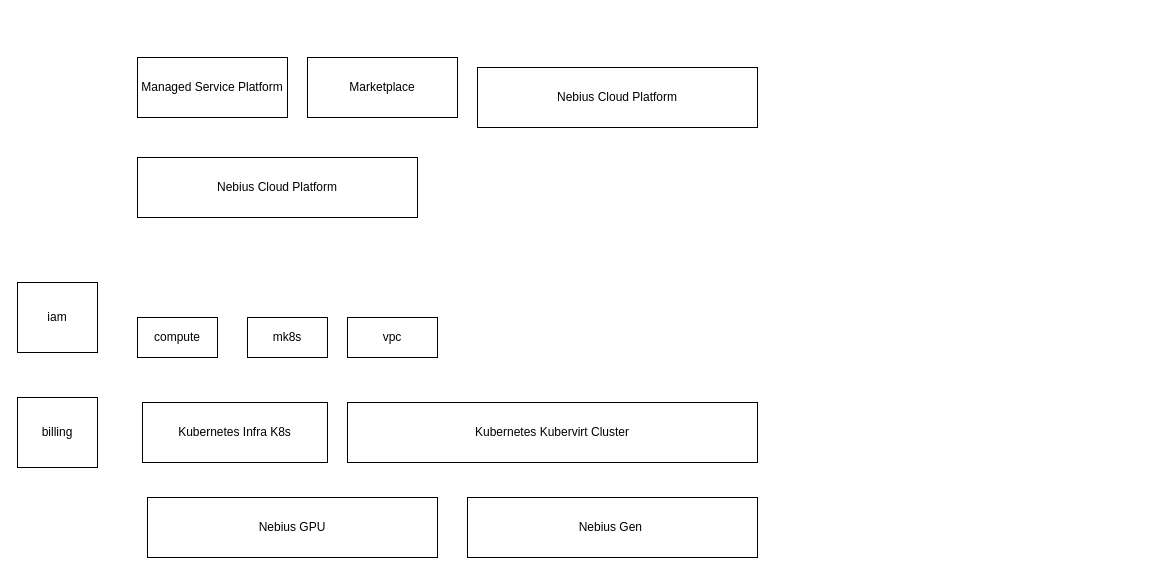
Before: Диаграмма без названия.drawio in nar3k/ansible, a draw.io diagram. Source tidied: cells renumbered, new cells numbered last; positions are measured from the earlier drawing's top-left corner, leaving out a move shared by most shapes. Both pictures are drawn from the tidied source at 100%, with x=0, y=0 at pixel (17, 57).
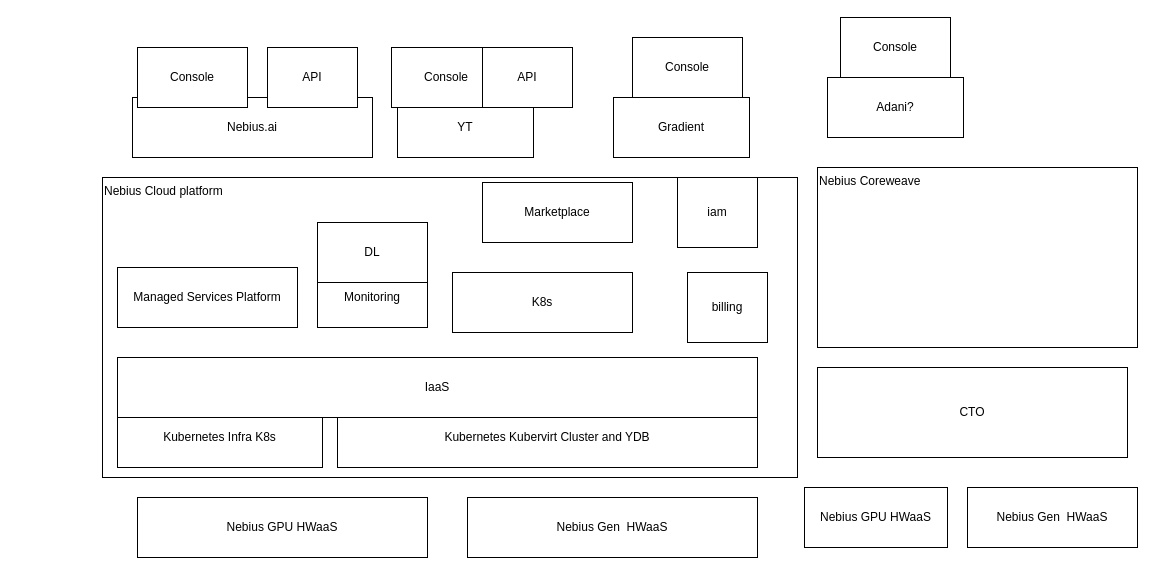
After the change.

The edit, as a diff of the source:
```diff
@@
+    <mxCell id="15" value="Nebius Cloud platform" style="rounded=0;whiteSpace=wrap;html=1;align=left;verticalAlign=top;" parent="1" vertex="1">
+      <mxGeometry x="85" y="120" width="695" height="300" as="geometry" />
+    </mxCell>
-    <mxCell id="2" value="Nebius GPU" style="rounded=0;whiteSpace=wrap;html=1;" parent="1" vertex="1">
-      <mxGeometry x="130" y="440" width="290" height="60" as="geometry" />
+    <mxCell id="2" value="Nebius GPU HWaaS" style="rounded=0;whiteSpace=wrap;html=1;" parent="1" vertex="1">
+      <mxGeometry x="120" y="440" width="290" height="60" as="geometry" />
     </mxCell>
-    <mxCell id="3" value="Nebius Cloud Platform" style="rounded=0;whiteSpace=wrap;html=1;" parent="1" vertex="1">
-      <mxGeometry x="120" y="100" width="280" height="60" as="geometry" />
-    </mxCell>
-    <mxCell id="4" value="mk8s" style="rounded=0;whiteSpace=wrap;html=1;" parent="1" vertex="1">
-      <mxGeometry x="230" y="260" width="80" height="40" as="geometry" />
-    </mxCell>
     <mxCell id="5" value="Kubernetes Infra K8s" style="rounded=0;whiteSpace=wrap;html=1;" parent="1" vertex="1">
-      <mxGeometry x="125" y="345" width="185" height="60" as="geometry" />
+      <mxGeometry x="100" y="350" width="205" height="60" as="geometry" />
     </mxCell>
-    <mxCell id="6" value="Nebius Gen&amp;nbsp;" style="rounded=0;whiteSpace=wrap;html=1;" parent="1" vertex="1">
+    <mxCell id="6" value="Nebius Gen&amp;nbsp; HWaaS" style="rounded=0;whiteSpace=wrap;html=1;" parent="1" vertex="1">
       <mxGeometry x="450" y="440" width="290" height="60" as="geometry" />
     </mxCell>
     <mxCell id="7" value="iam" style="rounded=0;whiteSpace=wrap;html=1;" parent="1" vertex="1">
-      <mxGeometry y="225" width="80" height="70" as="geometry" />
+      <mxGeometry x="660" y="120" width="80" height="70" as="geometry" />
     </mxCell>
-    <mxCell id="8" value="compute" style="rounded=0;whiteSpace=wrap;html=1;" parent="1" vertex="1">
-      <mxGeometry x="120" y="260" width="80" height="40" as="geometry" />
-    </mxCell>
-    <mxCell id="9" value="vpc" style="rounded=0;whiteSpace=wrap;html=1;" parent="1" vertex="1">
-      <mxGeometry x="330" y="260" width="90" height="40" as="geometry" />
-    </mxCell>
-    <mxCell id="10" value="Managed Service Platform" style="rounded=0;whiteSpace=wrap;html=1;" parent="1" vertex="1">
-      <mxGeometry x="120" width="150" height="60" as="geometry" />
+    <mxCell id="10" value="Managed Services Platform" style="rounded=0;whiteSpace=wrap;html=1;" parent="1" vertex="1">
+      <mxGeometry x="100" y="210" width="180" height="60" as="geometry" />
     </mxCell>
     <mxCell id="11" value="Marketplace" style="rounded=0;whiteSpace=wrap;html=1;" parent="1" vertex="1">
-      <mxGeometry x="290" width="150" height="60" as="geometry" />
+      <mxGeometry x="465" y="125" width="150" height="60" as="geometry" />
     </mxCell>
     <mxCell id="12" value="billing" style="rounded=0;whiteSpace=wrap;html=1;" parent="1" vertex="1">
-      <mxGeometry y="340" width="80" height="70" as="geometry" />
+      <mxGeometry x="670" y="215" width="80" height="70" as="geometry" />
     </mxCell>
+    <mxCell id="14" value="Kubernetes Kubervirt Cluster and YDB" style="rounded=0;whiteSpace=wrap;html=1;" parent="1" vertex="1">
+      <mxGeometry x="320" y="350" width="420" height="60" as="geometry" />
+    </mxCell>
-    <mxCell id="13" value="Nebius Cloud Platform" style="rounded=0;whiteSpace=wrap;html=1;" parent="1" vertex="1">
-      <mxGeometry x="460" y="10" width="280" height="60" as="geometry" />
+    <mxCell id="13" value="Nebius.ai" style="rounded=0;whiteSpace=wrap;html=1;" parent="1" vertex="1">
+      <mxGeometry x="115" y="40" width="240" height="60" as="geometry" />
     </mxCell>
-    <mxCell id="14" value="Kubernetes Kubervirt Cluster" style="rounded=0;whiteSpace=wrap;html=1;" parent="1" vertex="1">
-      <mxGeometry x="330" y="345" width="410" height="60" as="geometry" />
-    </mxCell>
+    <mxCell id="8" value="IaaS" style="rounded=0;whiteSpace=wrap;html=1;" parent="1" vertex="1">
+      <mxGeometry x="100" y="300" width="640" height="60" as="geometry" />
+    </mxCell>
+    <mxCell id="16" value="YT" style="rounded=0;whiteSpace=wrap;html=1;" parent="1" vertex="1">
+      <mxGeometry x="380" y="40" width="136" height="60" as="geometry" />
+    </mxCell>
+    <mxCell id="17" value="K8s" style="rounded=0;whiteSpace=wrap;html=1;" parent="1" vertex="1">
+      <mxGeometry x="435" y="215" width="180" height="60" as="geometry" />
+    </mxCell>
+    <mxCell id="18" value="Console" style="rounded=0;whiteSpace=wrap;html=1;" parent="1" vertex="1">
+      <mxGeometry x="120" y="-10" width="110" height="60" as="geometry" />
+    </mxCell>
+    <mxCell id="19" value="API" style="rounded=0;whiteSpace=wrap;html=1;" parent="1" vertex="1">
+      <mxGeometry x="250" y="-10" width="90" height="60" as="geometry" />
+    </mxCell>
+    <mxCell id="20" value="Console" style="rounded=0;whiteSpace=wrap;html=1;" parent="1" vertex="1">
+      <mxGeometry x="374" y="-10" width="110" height="60" as="geometry" />
+    </mxCell>
+    <mxCell id="21" value="API" style="rounded=0;whiteSpace=wrap;html=1;" parent="1" vertex="1">
+      <mxGeometry x="465" y="-10" width="90" height="60" as="geometry" />
+    </mxCell>
+    <mxCell id="22" value="Monitoring" style="rounded=0;whiteSpace=wrap;html=1;" parent="1" vertex="1">
+      <mxGeometry x="300" y="210" width="110" height="60" as="geometry" />
+    </mxCell>
+    <mxCell id="23" value="DL" style="rounded=0;whiteSpace=wrap;html=1;" parent="1" vertex="1">
+      <mxGeometry x="300" y="165" width="110" height="60" as="geometry" />
+    </mxCell>
+    <mxCell id="24" value="Gradient" style="rounded=0;whiteSpace=wrap;html=1;" parent="1" vertex="1">
+      <mxGeometry x="596" y="40" width="136" height="60" as="geometry" />
+    </mxCell>
+    <mxCell id="25" value="Console" style="rounded=0;whiteSpace=wrap;html=1;" parent="1" vertex="1">
+      <mxGeometry x="615" y="-20" width="110" height="60" as="geometry" />
+    </mxCell>
+    <mxCell id="26" value="Nebius Coreweave" style="rounded=0;whiteSpace=wrap;html=1;align=left;verticalAlign=top;" parent="1" vertex="1">
+      <mxGeometry x="800" y="110" width="320" height="180" as="geometry" />
+    </mxCell>
+    <mxCell id="27" value="Nebius GPU HWaaS" style="rounded=0;whiteSpace=wrap;html=1;" parent="1" vertex="1">
+      <mxGeometry x="787" y="430" width="143" height="60" as="geometry" />
+    </mxCell>
+    <mxCell id="28" value="Nebius Gen&amp;nbsp; HWaaS" style="rounded=0;whiteSpace=wrap;html=1;" parent="1" vertex="1">
+      <mxGeometry x="950" y="430" width="170" height="60" as="geometry" />
+    </mxCell>
+    <mxCell id="29" value="CTO" style="rounded=0;whiteSpace=wrap;html=1;" parent="1" vertex="1">
+      <mxGeometry x="800" y="310" width="310" height="90" as="geometry" />
+    </mxCell>
+    <mxCell id="30" value="Adani?" style="rounded=0;whiteSpace=wrap;html=1;" parent="1" vertex="1">
+      <mxGeometry x="810" y="20" width="136" height="60" as="geometry" />
+    </mxCell>
+    <mxCell id="31" value="Console" style="rounded=0;whiteSpace=wrap;html=1;" parent="1" vertex="1">
+      <mxGeometry x="823" y="-40" width="110" height="60" as="geometry" />
+    </mxCell>
```
